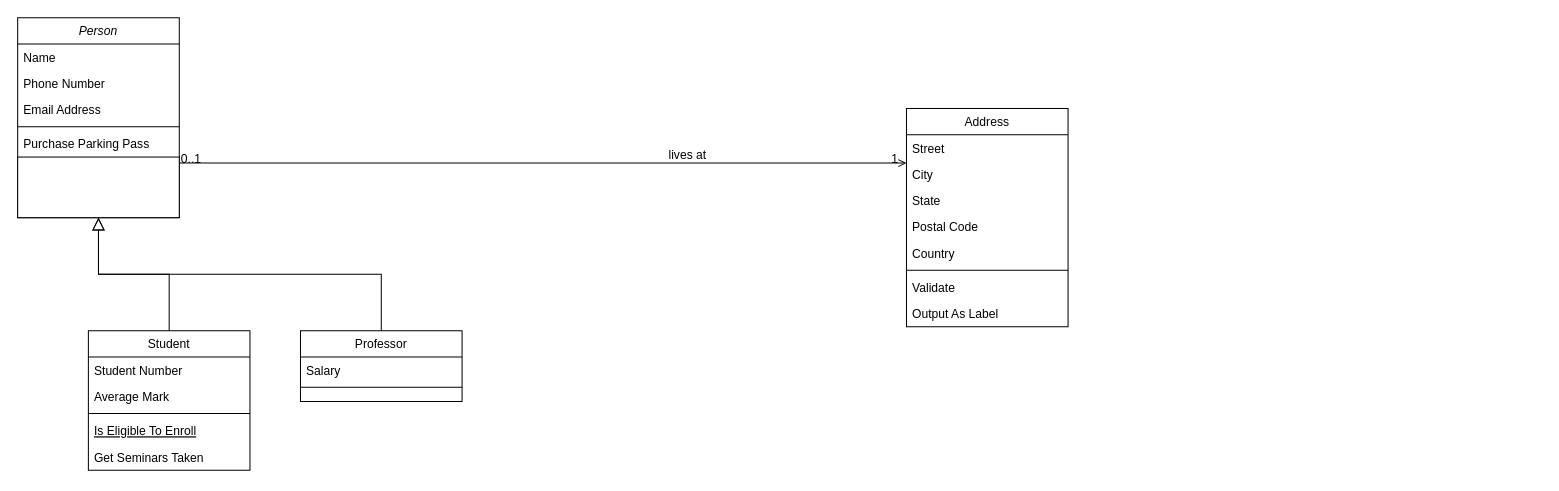
This is Dataflow general.drawio from hygelinger/testing, a draw.io file, before an edit. Source tidied: cells renumbered, new cells numbered last; positions are measured from the earlier drawing's top-left corner, leaving out a move shared by most shapes. Both pictures are drawn from the tidied source at 101%, with x=0, y=0 at pixel (17, 17).
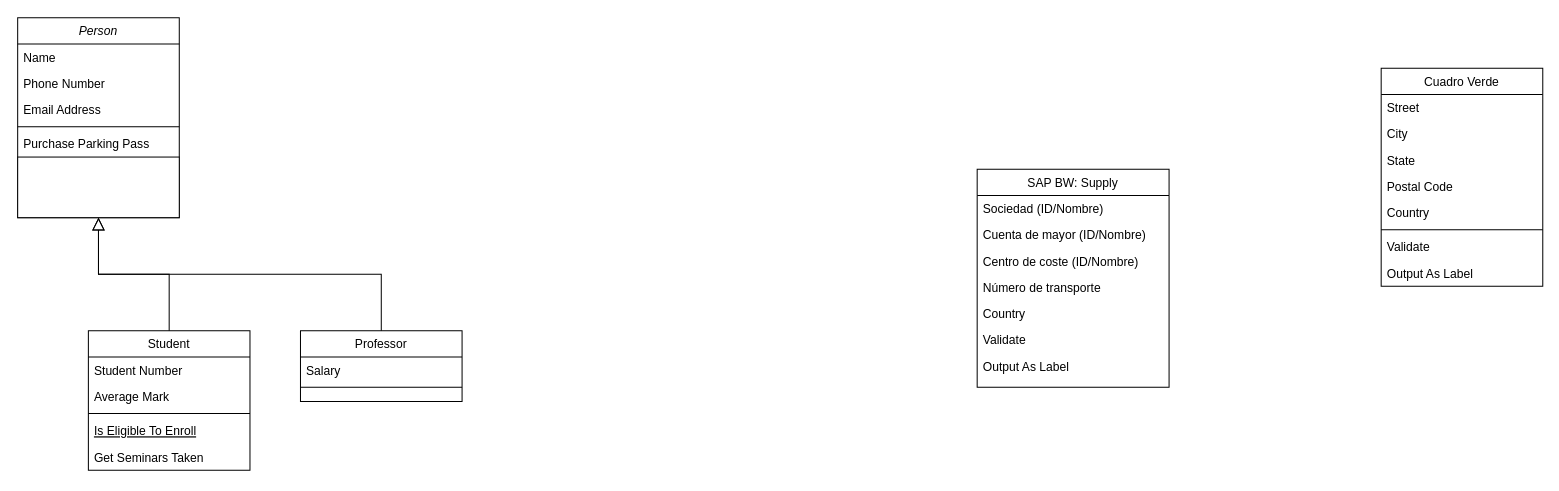
After the change.

Unchanged cells that the change refers to:
```xml
<mxCell id="2" value="Person" style="swimlane;fontStyle=2;align=center;verticalAlign=top;horizontal=1;startSize=26;rounded=0;shadow=0;strokeWidth=1;" parent="1" vertex="1">
  <mxGeometry width="160" height="198" as="geometry" />
</mxCell>
```

What changed in the source:
```diff
@@
-    <mxCell id="20" value="Address" style="swimlane;fontStyle=0;align=center;verticalAlign=top;horizontal=1;startSize=26;rounded=0;shadow=0;strokeWidth=1;" parent="1" vertex="1">
-      <mxGeometry x="880" y="90" width="160" height="216" as="geometry" />
+    <mxCell id="20" value="Cuadro Verde" style="swimlane;fontStyle=0;align=center;verticalAlign=top;horizontal=1;startSize=26;rounded=0;shadow=0;strokeWidth=1;" parent="1" vertex="1">
+      <mxGeometry x="1350" y="50" width="160" height="216" as="geometry" />
     </mxCell>
@@
-    <mxCell id="29" style="endArrow=open;shadow=0;strokeWidth=1;rounded=0;endFill=1;edgeStyle=elbowEdgeStyle;elbow=vertical;" parent="1" edge="1" source="2" target="20">
-      <mxGeometry x="0.5" y="41" relative="1" as="geometry">
-        <mxPoint x="-40" y="32" as="offset" />
-      </mxGeometry>
-    </mxCell>
-    <mxCell id="30" value="0..1" style="align=left;verticalAlign=bottom;labelBackgroundColor=none;fontSize=12;" parent="29" vertex="1">
-      <mxGeometry x="-1" relative="1" as="geometry">
-        <mxPoint y="4" as="offset" />
-      </mxGeometry>
-    </mxCell>
-    <mxCell id="31" value="1" style="align=right;verticalAlign=bottom;labelBackgroundColor=none;fontSize=12;" parent="29" vertex="1">
-      <mxGeometry x="1" relative="1" as="geometry">
-        <mxPoint x="-7" y="4" as="offset" />
-      </mxGeometry>
-    </mxCell>
-    <mxCell id="32" value="lives at" style="text;html=1;align=center;verticalAlign=middle;labelBackgroundColor=none;rounded=0;shadow=0;strokeWidth=1;fontSize=12;" parent="29" vertex="1">
-      <mxGeometry x="0.5" y="49" relative="1" as="geometry">
-        <mxPoint x="-38" y="40" as="offset" />
-      </mxGeometry>
-    </mxCell>
+    <mxCell id="33" value="SAP BW: Supply" style="swimlane;fontStyle=0;align=center;verticalAlign=top;horizontal=1;startSize=26;rounded=0;shadow=0;strokeWidth=1;" parent="1" vertex="1">
+      <mxGeometry x="950" y="150" width="190" height="216" as="geometry" />
+    </mxCell>
+    <mxCell id="34" value="Sociedad (ID/Nombre)" style="text;align=left;verticalAlign=top;spacingLeft=4;spacingRight=4;overflow=hidden;" parent="33" vertex="1">
+      <mxGeometry y="26" width="190" height="26" as="geometry" />
+    </mxCell>
+    <mxCell id="35" value="Cuenta de mayor (ID/Nombre)" style="text;align=left;verticalAlign=top;spacingLeft=4;spacingRight=4;overflow=hidden;rounded=0;shadow=0;html=0;" parent="33" vertex="1">
+      <mxGeometry y="52" width="190" height="26" as="geometry" />
+    </mxCell>
+    <mxCell id="36" value="Centro de coste (ID/Nombre)" style="text;align=left;verticalAlign=top;spacingLeft=4;spacingRight=4;overflow=hidden;rounded=0;shadow=0;html=0;" parent="33" vertex="1">
+      <mxGeometry y="78" width="190" height="26" as="geometry" />
+    </mxCell>
+    <mxCell id="37" value="Número de transporte" style="text;align=left;verticalAlign=top;spacingLeft=4;spacingRight=4;overflow=hidden;rounded=0;shadow=0;html=0;" parent="33" vertex="1">
+      <mxGeometry y="104" width="190" height="26" as="geometry" />
+    </mxCell>
+    <mxCell id="38" value="Country" style="text;align=left;verticalAlign=top;spacingLeft=4;spacingRight=4;overflow=hidden;rounded=0;shadow=0;html=0;" parent="33" vertex="1">
+      <mxGeometry y="130" width="190" height="26" as="geometry" />
+    </mxCell>
+    <mxCell id="39" value="Validate" style="text;align=left;verticalAlign=top;spacingLeft=4;spacingRight=4;overflow=hidden;" parent="33" vertex="1">
+      <mxGeometry y="156" width="190" height="26" as="geometry" />
+    </mxCell>
+    <mxCell id="40" value="Output As Label" style="text;align=left;verticalAlign=top;spacingLeft=4;spacingRight=4;overflow=hidden;" parent="33" vertex="1">
+      <mxGeometry y="182" width="190" height="26" as="geometry" />
+    </mxCell>
```
